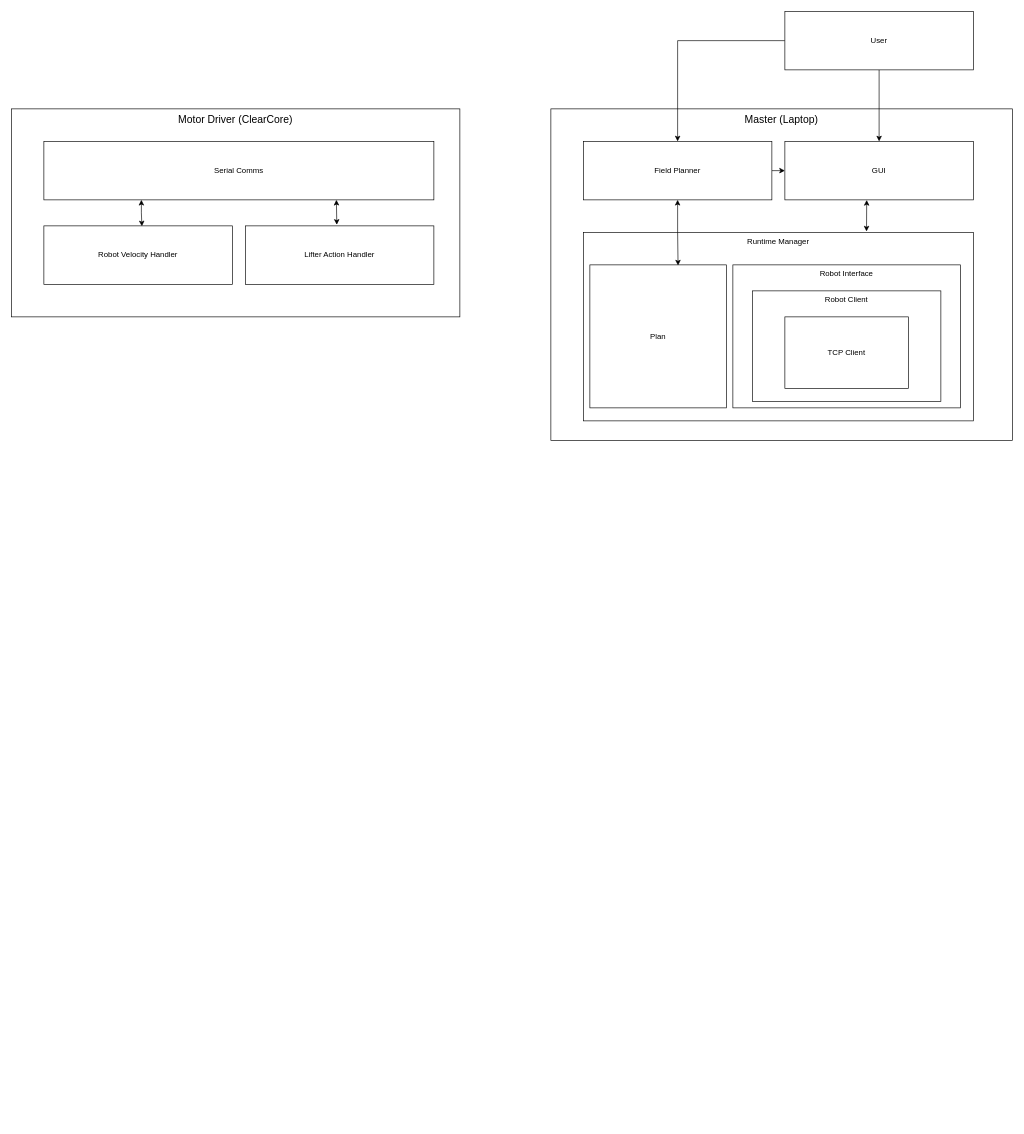
The draw.io diagram doc/DominoRobotSoftwareArchitecture.drawio in alexbaucom17/DominoRobot, before the edit. Source tidied: cells renumbered, new cells numbered last; positions are measured from the earlier drawing's top-left corner, leaving out a move shared by most shapes. Both pictures are drawn from the tidied source at 65%, with x=0, y=0 at pixel (11, 11).
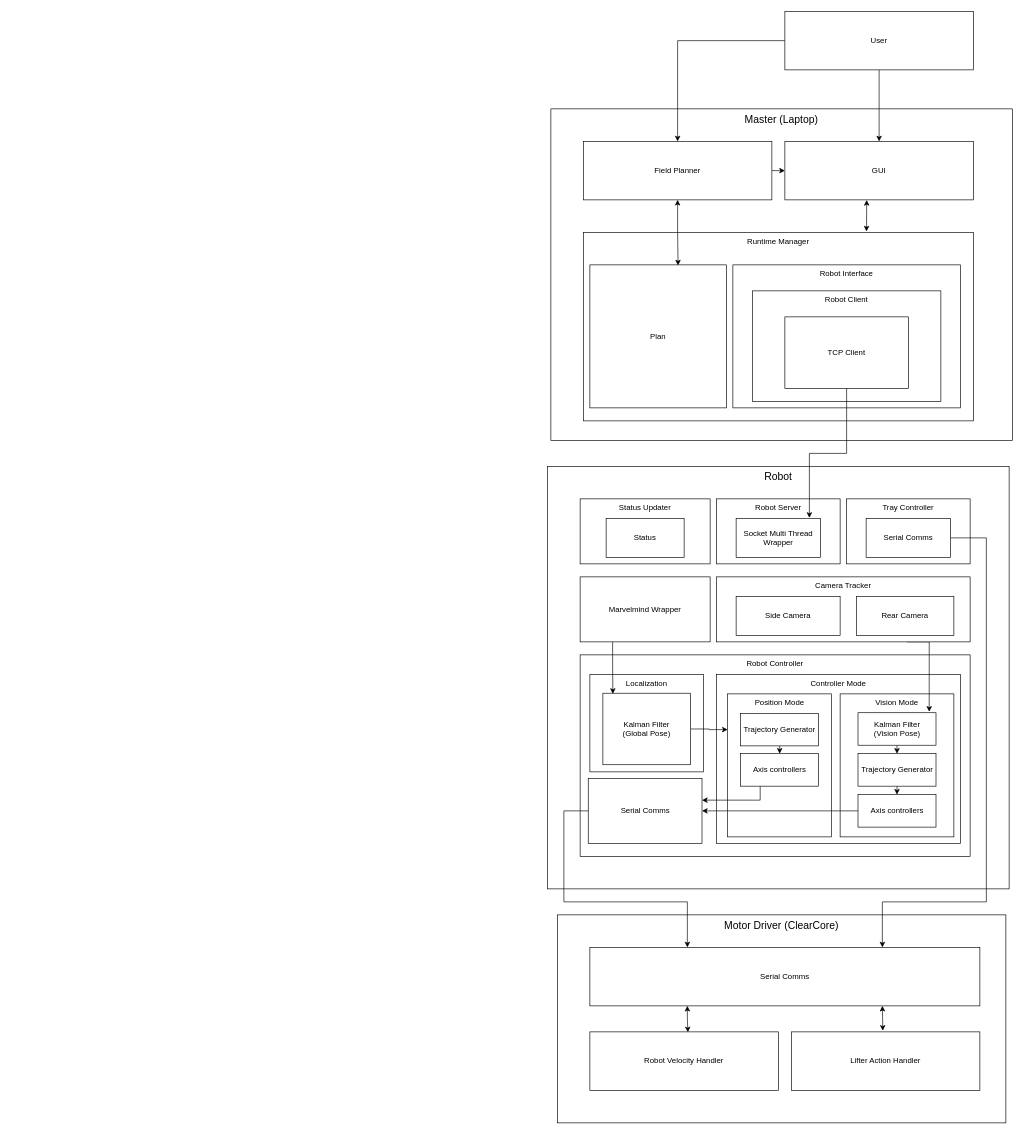
The same page after the edit.

Commit message:
More SW Architecture Diagram updates

The change refers to these unchanged cells:
```xml
<mxCell id="10" value="TCP Client" style="rounded=0;whiteSpace=wrap;html=1;verticalAlign=middle;" parent="1" vertex="1">
  <mxGeometry x="1190" y="470" width="190" height="110" as="geometry" />
</mxCell>
```

What changed in the source:
```diff
@@
     <mxCell id="16" value="Motor Driver (ClearCore)" style="rounded=0;whiteSpace=wrap;html=1;verticalAlign=top;fontSize=16;" parent="1" vertex="1">
-      <mxGeometry y="150" width="690" height="320" as="geometry" />
+      <mxGeometry x="840" y="1390" width="690" height="320" as="geometry" />
     </mxCell>
@@
     <mxCell id="19" value="Serial Comms" style="rounded=0;whiteSpace=wrap;html=1;" parent="1" vertex="1">
-      <mxGeometry x="50" y="200" width="600" height="90" as="geometry" />
+      <mxGeometry x="890" y="1440" width="600" height="90" as="geometry" />
     </mxCell>
     <mxCell id="20" value="Robot Velocity Handler" style="rounded=0;whiteSpace=wrap;html=1;" parent="1" vertex="1">
-      <mxGeometry x="50" y="330" width="290" height="90" as="geometry" />
+      <mxGeometry x="890" y="1570" width="290" height="90" as="geometry" />
     </mxCell>
     <mxCell id="21" value="Lifter Action Handler" style="rounded=0;whiteSpace=wrap;html=1;" parent="1" vertex="1">
-      <mxGeometry x="360" y="330" width="290" height="90" as="geometry" />
+      <mxGeometry x="1200" y="1570" width="290" height="90" as="geometry" />
     </mxCell>
+    <mxCell id="22" value="Robot" style="rounded=0;whiteSpace=wrap;html=1;verticalAlign=top;fontSize=16;" parent="1" vertex="1">
+      <mxGeometry x="825" y="700" width="710" height="650" as="geometry" />
+    </mxCell>
+    <mxCell id="23" value="Robot Controller" style="rounded=0;whiteSpace=wrap;html=1;verticalAlign=top;" parent="1" vertex="1">
+      <mxGeometry x="875" y="990" width="600" height="310" as="geometry" />
+    </mxCell>
+    <mxCell id="24" style="edgeStyle=orthogonalEdgeStyle;rounded=0;jettySize=auto;html=1;exitX=0;exitY=0.5;exitDx=0;exitDy=0;entryX=0.25;entryY=0;entryDx=0;entryDy=0;" parent="1" edge="1" source="25" target="19">
+      <mxGeometry relative="1" as="geometry">
+        <Array as="points">
+          <mxPoint x="850" y="1230" />
+          <mxPoint x="850" y="1370" />
+          <mxPoint x="1040" y="1370" />
+        </Array>
+      </mxGeometry>
+    </mxCell>
+    <mxCell id="25" value="Serial Comms" style="rounded=0;whiteSpace=wrap;html=1;verticalAlign=middle;horizontal=1;" parent="1" vertex="1">
+      <mxGeometry x="887.5" y="1180" width="175" height="100" as="geometry" />
+    </mxCell>
+    <mxCell id="26" value="Controller Mode" style="rounded=0;whiteSpace=wrap;html=1;verticalAlign=top;" parent="1" vertex="1">
+      <mxGeometry x="1085" y="1020" width="375" height="260" as="geometry" />
+    </mxCell>
+    <mxCell id="27" value="Position Mode" style="rounded=0;whiteSpace=wrap;html=1;verticalAlign=top;" parent="1" vertex="1">
+      <mxGeometry x="1102" y="1050" width="160" height="220" as="geometry" />
+    </mxCell>
+    <mxCell id="28" style="edgeStyle=orthogonalEdgeStyle;rounded=0;jettySize=auto;html=1;exitX=0.5;exitY=1;exitDx=0;exitDy=0;entryX=0.5;entryY=0;entryDx=0;entryDy=0;" parent="1" edge="1" source="29" target="35">
+      <mxGeometry relative="1" as="geometry" />
+    </mxCell>
+    <mxCell id="29" value="Trajectory Generator" style="rounded=0;whiteSpace=wrap;html=1;verticalAlign=middle;" parent="1" vertex="1">
+      <mxGeometry x="1122" y="1080" width="120" height="50" as="geometry" />
+    </mxCell>
+    <mxCell id="30" value="Localization" style="rounded=0;whiteSpace=wrap;html=1;verticalAlign=top;horizontal=1;" parent="1" vertex="1">
+      <mxGeometry x="890" y="1020" width="175" height="150" as="geometry" />
+    </mxCell>
+    <mxCell id="31" style="edgeStyle=orthogonalEdgeStyle;rounded=0;jettySize=auto;html=1;exitX=1;exitY=0.5;exitDx=0;exitDy=0;entryX=0;entryY=0.25;entryDx=0;entryDy=0;" parent="1" edge="1" source="32" target="27">
+      <mxGeometry relative="1" as="geometry" />
+    </mxCell>
+    <mxCell id="32" value="Kalman Filter &lt;br&gt;(Global Pose)" style="rounded=0;whiteSpace=wrap;html=1;verticalAlign=middle;horizontal=1;" parent="1" vertex="1">
+      <mxGeometry x="910" y="1049" width="135" height="110" as="geometry" />
+    </mxCell>
+    <mxCell id="33" value="Vision Mode" style="rounded=0;whiteSpace=wrap;html=1;verticalAlign=top;" parent="1" vertex="1">
+      <mxGeometry x="1275" y="1050" width="175" height="220" as="geometry" />
+    </mxCell>
+    <mxCell id="34" style="edgeStyle=orthogonalEdgeStyle;rounded=0;jettySize=auto;html=1;exitX=0.25;exitY=1;exitDx=0;exitDy=0;entryX=1;entryY=0.335;entryDx=0;entryDy=0;entryPerimeter=0;" parent="1" edge="1" source="35" target="25">
+      <mxGeometry relative="1" as="geometry" />
+    </mxCell>
+    <mxCell id="35" value="Axis controllers" style="rounded=0;whiteSpace=wrap;html=1;verticalAlign=middle;" parent="1" vertex="1">
+      <mxGeometry x="1122" y="1142" width="120" height="50" as="geometry" />
+    </mxCell>
+    <mxCell id="36" style="edgeStyle=orthogonalEdgeStyle;rounded=0;jettySize=auto;html=1;exitX=0.5;exitY=1;exitDx=0;exitDy=0;entryX=0.5;entryY=0;entryDx=0;entryDy=0;" parent="1" edge="1" source="37" target="39">
+      <mxGeometry relative="1" as="geometry" />
+    </mxCell>
+    <mxCell id="37" value="Trajectory Generator" style="rounded=0;whiteSpace=wrap;html=1;verticalAlign=middle;" parent="1" vertex="1">
+      <mxGeometry x="1302.5" y="1142" width="120" height="50" as="geometry" />
+    </mxCell>
+    <mxCell id="38" style="edgeStyle=orthogonalEdgeStyle;rounded=0;jettySize=auto;html=1;exitX=0;exitY=0.5;exitDx=0;exitDy=0;" parent="1" edge="1" source="39" target="25">
+      <mxGeometry relative="1" as="geometry" />
+    </mxCell>
+    <mxCell id="39" value="Axis controllers" style="rounded=0;whiteSpace=wrap;html=1;verticalAlign=middle;" parent="1" vertex="1">
+      <mxGeometry x="1302.5" y="1205" width="120" height="50" as="geometry" />
+    </mxCell>
+    <mxCell id="40" style="edgeStyle=orthogonalEdgeStyle;rounded=0;jettySize=auto;html=1;exitX=0.5;exitY=1;exitDx=0;exitDy=0;entryX=0.5;entryY=0;entryDx=0;entryDy=0;" parent="1" edge="1" source="41" target="37">
+      <mxGeometry relative="1" as="geometry" />
+    </mxCell>
+    <mxCell id="41" value="Kalman Filter &lt;br&gt;(Vision Pose)" style="rounded=0;whiteSpace=wrap;html=1;verticalAlign=middle;" parent="1" vertex="1">
+      <mxGeometry x="1302.5" y="1079" width="120" height="50" as="geometry" />
+    </mxCell>
+    <mxCell id="42" value="Status Updater" style="rounded=0;whiteSpace=wrap;html=1;verticalAlign=top;horizontal=1;" parent="1" vertex="1">
+      <mxGeometry x="875" y="750" width="200" height="100" as="geometry" />
+    </mxCell>
+    <mxCell id="43" value="Robot Server" style="rounded=0;whiteSpace=wrap;html=1;verticalAlign=top;horizontal=1;" parent="1" vertex="1">
+      <mxGeometry x="1085" y="750" width="190" height="100" as="geometry" />
+    </mxCell>
+    <mxCell id="44" value="Status" style="rounded=0;whiteSpace=wrap;html=1;verticalAlign=middle;horizontal=1;" parent="1" vertex="1">
+      <mxGeometry x="915" y="780" width="120" height="60" as="geometry" />
+    </mxCell>
+    <mxCell id="45" value="Socket Multi Thread Wrapper" style="rounded=0;whiteSpace=wrap;html=1;verticalAlign=middle;horizontal=1;" parent="1" vertex="1">
+      <mxGeometry x="1115" y="780" width="130" height="60" as="geometry" />
+    </mxCell>
+    <mxCell id="46" value="Tray Controller" style="rounded=0;whiteSpace=wrap;html=1;verticalAlign=top;horizontal=1;" parent="1" vertex="1">
+      <mxGeometry x="1285" y="750" width="190" height="100" as="geometry" />
+    </mxCell>
+    <mxCell id="47" style="edgeStyle=orthogonalEdgeStyle;rounded=0;jettySize=auto;html=1;exitX=1;exitY=0.5;exitDx=0;exitDy=0;entryX=0.75;entryY=0;entryDx=0;entryDy=0;" parent="1" edge="1" source="48" target="19">
+      <mxGeometry relative="1" as="geometry">
+        <Array as="points">
+          <mxPoint x="1500" y="810" />
+          <mxPoint x="1500" y="1370" />
+          <mxPoint x="1340" y="1370" />
+        </Array>
+      </mxGeometry>
+    </mxCell>
+    <mxCell id="48" value="Serial Comms" style="rounded=0;whiteSpace=wrap;html=1;verticalAlign=middle;horizontal=1;" parent="1" vertex="1">
+      <mxGeometry x="1315" y="780" width="130" height="60" as="geometry" />
+    </mxCell>
+    <mxCell id="49" style="edgeStyle=orthogonalEdgeStyle;rounded=0;jettySize=auto;html=1;exitX=0.25;exitY=1;exitDx=0;exitDy=0;entryX=0.114;entryY=0.009;entryDx=0;entryDy=0;entryPerimeter=0;" parent="1" edge="1" source="50" target="32">
+      <mxGeometry relative="1" as="geometry" />
+    </mxCell>
+    <mxCell id="50" value="Marvelmind Wrapper" style="rounded=0;whiteSpace=wrap;html=1;verticalAlign=middle;horizontal=1;" parent="1" vertex="1">
+      <mxGeometry x="875" y="870" width="200" height="100" as="geometry" />
+    </mxCell>
+    <mxCell id="51" style="edgeStyle=orthogonalEdgeStyle;rounded=0;jettySize=auto;html=1;exitX=0.75;exitY=1;exitDx=0;exitDy=0;entryX=0.913;entryY=-0.03;entryDx=0;entryDy=0;entryPerimeter=0;" parent="1" edge="1" source="52" target="41">
+      <mxGeometry relative="1" as="geometry">
+        <Array as="points">
+          <mxPoint x="1412" y="970" />
+        </Array>
+      </mxGeometry>
+    </mxCell>
+    <mxCell id="52" value="Camera Tracker" style="rounded=0;whiteSpace=wrap;html=1;verticalAlign=top;horizontal=1;" parent="1" vertex="1">
+      <mxGeometry x="1085" y="870" width="390" height="100" as="geometry" />
+    </mxCell>
+    <mxCell id="53" value="Side Camera" style="rounded=0;whiteSpace=wrap;html=1;verticalAlign=middle;horizontal=1;" parent="1" vertex="1">
+      <mxGeometry x="1115" y="900" width="160" height="60" as="geometry" />
+    </mxCell>
+    <mxCell id="54" value="Rear Camera" style="rounded=0;whiteSpace=wrap;html=1;verticalAlign=middle;horizontal=1;" parent="1" vertex="1">
+      <mxGeometry x="1300" y="900" width="150" height="60" as="geometry" />
+    </mxCell>
+    <mxCell id="55" style="edgeStyle=orthogonalEdgeStyle;rounded=0;jettySize=auto;html=1;exitX=0.5;exitY=1;exitDx=0;exitDy=0;entryX=0.867;entryY=-0.013;entryDx=0;entryDy=0;entryPerimeter=0;" parent="1" edge="1" source="10" target="45">
+      <mxGeometry relative="1" as="geometry">
+        <Array as="points">
+          <mxPoint x="1285" y="680" />
+          <mxPoint x="1228" y="680" />
+          <mxPoint x="1228" y="779" />
+        </Array>
+      </mxGeometry>
+    </mxCell>
```
